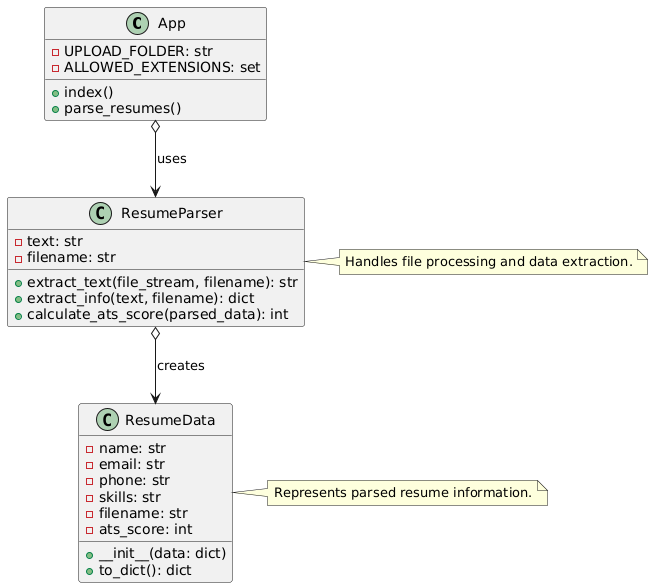
Above: docs/ClassDiagram.png in Abdul-Baari-2003/Resume-Parser (PlantUML), before the change. The source it was exported from:
```plantuml
@startuml
class App {
  - UPLOAD_FOLDER: str
  - ALLOWED_EXTENSIONS: set
  + index()
  + parse_resumes()
}

class ResumeParser {
  - text: str
  - filename: str
  + extract_text(file_stream, filename): str
  + extract_info(text, filename): dict
  + calculate_ats_score(parsed_data): int
}

class ResumeData {
  - name: str
  - email: str
  - phone: str
  - skills: str
  - filename: str
  - ats_score: int
  + __init__(data: dict)
  + to_dict(): dict
}

App o--> ResumeParser : uses
ResumeParser o--> ResumeData : creates

note right of ResumeParser
  Handles file processing and data extraction.
end note
note right of ResumeData
  Represents parsed resume information.
end note
@enduml
```
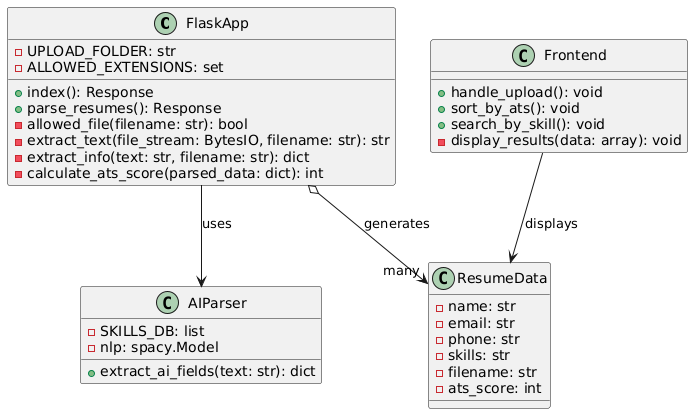
The same diagram one commit later.

Change to the diagram source:
```diff
@@ -1,17 +1,19 @@
 @startuml
-class App {
+class FlaskApp {
   - UPLOAD_FOLDER: str
   - ALLOWED_EXTENSIONS: set
-  + index()
-  + parse_resumes()
+  + index(): Response
+  + parse_resumes(): Response
+  - allowed_file(filename: str): bool
+  - extract_text(file_stream: BytesIO, filename: str): str
+  - extract_info(text: str, filename: str): dict
+  - calculate_ats_score(parsed_data: dict): int
 }
 
-class ResumeParser {
-  - text: str
-  - filename: str
-  + extract_text(file_stream, filename): str
-  + extract_info(text, filename): dict
-  + calculate_ats_score(parsed_data): int
+class AIParser {
+  - SKILLS_DB: list
+  - nlp: spacy.Model
+  + extract_ai_fields(text: str): dict
 }
 
 class ResumeData {
@@ -21,17 +23,16 @@
   - skills: str
   - filename: str
   - ats_score: int
-  + __init__(data: dict)
-  + to_dict(): dict
 }
 
-App o--> ResumeParser : uses
-ResumeParser o--> ResumeData : creates
+class Frontend {
+  + handle_upload(): void
+  + sort_by_ats(): void
+  + search_by_skill(): void
+  - display_results(data: array): void
+}
 
-note right of ResumeParser
-  Handles file processing and data extraction.
-end note
-note right of ResumeData
-  Represents parsed resume information.
-end note
+FlaskApp o--> "many" ResumeData : generates
+FlaskApp --> AIParser : uses
+Frontend --> ResumeData : displays
 @enduml
```
